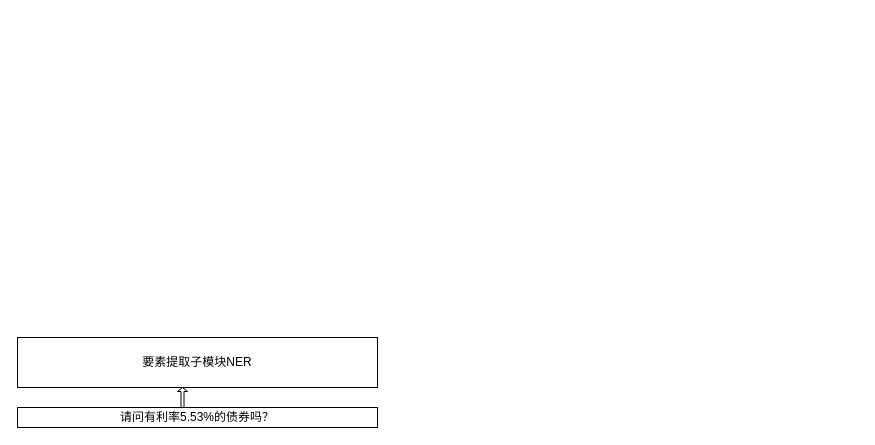
Zoisaang/test1 keeps this draw.io diagram as page "Page-2" (2 of 2) of 一种基于句法增强的转述式金融智能问答装置.drawio. Above is the earlier version. Source tidied: cells renumbered, new cells numbered last; positions are measured from the earlier drawing's top-left corner, leaving out a move shared by most shapes. Both pictures are drawn from the tidied source at 100%, with x=0, y=0 at pixel (17, 337).
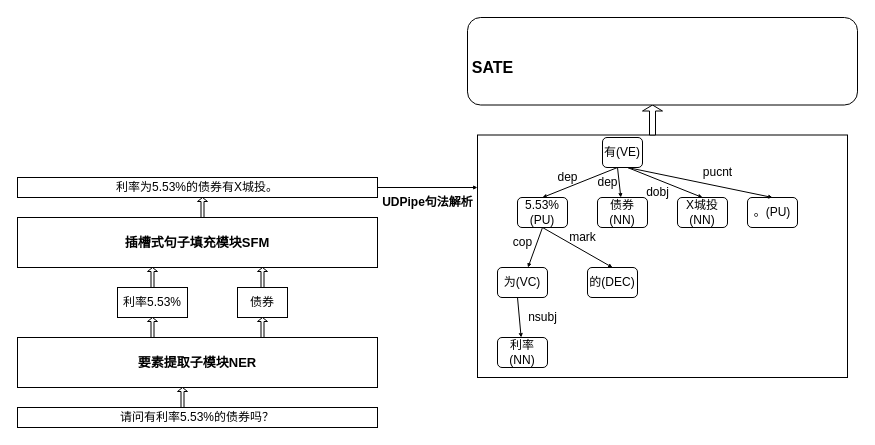
Above is the later version.

Commit message:
Update 一种基于句法增强的转述式金融智能问答装置.drawio

What changed in the source:
```diff
@@
-    <mxCell id="3" value="要素提取子模块NER" style="rounded=0;whiteSpace=wrap;html=1;strokeColor=#000000;strokeWidth=1;fillColor=#FFFFFF;" parent="1" vertex="1">
+    <mxCell id="3" value="&lt;b&gt;&lt;font style=&quot;font-size: 13px&quot;&gt;要素提取子模块NER&lt;/font&gt;&lt;/b&gt;" style="rounded=0;whiteSpace=wrap;html=1;strokeColor=#000000;strokeWidth=1;fillColor=#FFFFFF;" parent="1" vertex="1">
       <mxGeometry width="360" height="50" as="geometry" />
     </mxCell>
@@
+    <mxCell id="5" value="利率5.53%" style="rounded=0;whiteSpace=wrap;html=1;strokeColor=#000000;strokeWidth=1;fillColor=#FFFFFF;" parent="1" vertex="1">
+      <mxGeometry x="100" y="-50" width="70" height="30" as="geometry" />
+    </mxCell>
+    <mxCell id="6" value="债券" style="rounded=0;whiteSpace=wrap;html=1;strokeColor=#000000;strokeWidth=1;fillColor=#FFFFFF;" parent="1" vertex="1">
+      <mxGeometry x="220" y="-50" width="50" height="30" as="geometry" />
+    </mxCell>
+    <mxCell id="7" style="shape=singleArrow;direction=north;whiteSpace=wrap;html=1;strokeColor=#000000;strokeWidth=1;fillColor=#FFFFFF;" parent="1" vertex="1">
+      <mxGeometry x="130" y="-20" width="10" height="20" as="geometry" />
+    </mxCell>
+    <mxCell id="8" style="shape=singleArrow;direction=north;whiteSpace=wrap;html=1;strokeColor=#000000;strokeWidth=1;fillColor=#FFFFFF;" parent="1" vertex="1">
+      <mxGeometry x="240" y="-20" width="10" height="20" as="geometry" />
+    </mxCell>
+    <mxCell id="9" style="shape=singleArrow;direction=north;whiteSpace=wrap;html=1;strokeColor=#000000;strokeWidth=1;fillColor=#FFFFFF;" parent="1" vertex="1">
+      <mxGeometry x="130" y="-70" width="10" height="20" as="geometry" />
+    </mxCell>
+    <mxCell id="10" style="shape=singleArrow;direction=north;whiteSpace=wrap;html=1;strokeColor=#000000;strokeWidth=1;fillColor=#FFFFFF;" parent="1" vertex="1">
+      <mxGeometry x="240" y="-70" width="10" height="20" as="geometry" />
+    </mxCell>
+    <mxCell id="11" value="&lt;b&gt;&lt;font style=&quot;font-size: 13px&quot;&gt;插槽式句子填充模块SFM&lt;/font&gt;&lt;/b&gt;" style="rounded=0;whiteSpace=wrap;html=1;strokeColor=#000000;strokeWidth=1;fillColor=#FFFFFF;" parent="1" vertex="1">
+      <mxGeometry y="-120" width="360" height="50" as="geometry" />
+    </mxCell>
+    <mxCell id="12" style="shape=singleArrow;direction=north;whiteSpace=wrap;html=1;strokeColor=#000000;strokeWidth=1;fillColor=#FFFFFF;" parent="1" vertex="1">
+      <mxGeometry x="180" y="-140" width="10" height="20" as="geometry" />
+    </mxCell>
+    <mxCell id="13" value="利率为5.53%的债券有X城投。" style="rounded=0;whiteSpace=wrap;html=1;strokeColor=#000000;strokeWidth=1;fillColor=#FFFFFF;" parent="1" vertex="1">
+      <mxGeometry y="-160" width="360" height="20" as="geometry" />
+    </mxCell>
+    <mxCell id="14" value="&lt;b&gt;UDPipe句法解析&lt;/b&gt;" style="text;html=1;align=center;verticalAlign=middle;fillColor=none;strokeColor=none;rounded=0;" parent="1" vertex="1">
+      <mxGeometry x="355" y="-145" width="110" height="20" as="geometry" />
+    </mxCell>
+    <mxCell id="15" style="endArrow=classic;html=1;rounded=0;endSize=2;" parent="1" edge="1">
+      <mxGeometry relative="1" as="geometry">
+        <mxPoint x="360" y="-150" as="sourcePoint" />
+        <mxPoint x="460" y="-150" as="targetPoint" />
+      </mxGeometry>
+    </mxCell>
+    <mxCell id="16" style="rounded=0;whiteSpace=wrap;html=1;strokeColor=#000000;strokeWidth=1;fillColor=#FFFFFF;" parent="1" vertex="1">
+      <mxGeometry x="460" y="-202.5" width="370" height="242.5" as="geometry" />
+    </mxCell>
+    <mxCell id="17" value="有(VE)" style="rounded=1;whiteSpace=wrap;html=1;strokeColor=#000000;strokeWidth=1;fillColor=#FFFFFF;" parent="1" vertex="1">
+      <mxGeometry x="585" y="-200" width="40" height="30" as="geometry" />
+    </mxCell>
+    <mxCell id="18" value="5.53%(PU)" style="rounded=1;whiteSpace=wrap;html=1;strokeColor=#000000;strokeWidth=1;fillColor=#FFFFFF;" parent="1" vertex="1">
+      <mxGeometry x="500" y="-140" width="50" height="30" as="geometry" />
+    </mxCell>
+    <mxCell id="19" value="债券(NN)" style="rounded=1;whiteSpace=wrap;html=1;strokeColor=#000000;strokeWidth=1;fillColor=#FFFFFF;" parent="1" vertex="1">
+      <mxGeometry x="580" y="-140" width="50" height="30" as="geometry" />
+    </mxCell>
+    <mxCell id="20" value="X城投(NN)" style="rounded=1;whiteSpace=wrap;html=1;strokeColor=#000000;strokeWidth=1;fillColor=#FFFFFF;" parent="1" vertex="1">
+      <mxGeometry x="660" y="-140" width="50" height="30" as="geometry" />
+    </mxCell>
+    <mxCell id="21" value="。(PU)" style="rounded=1;whiteSpace=wrap;html=1;strokeColor=#000000;strokeWidth=1;fillColor=#FFFFFF;" parent="1" vertex="1">
+      <mxGeometry x="730" y="-140" width="50" height="30" as="geometry" />
+    </mxCell>
+    <mxCell id="22" value="为(VC)" style="rounded=1;whiteSpace=wrap;html=1;strokeColor=#000000;strokeWidth=1;fillColor=#FFFFFF;" parent="1" vertex="1">
+      <mxGeometry x="480" y="-70" width="50" height="30" as="geometry" />
+    </mxCell>
+    <mxCell id="23" value="的(DEC)" style="rounded=1;whiteSpace=wrap;html=1;strokeColor=#000000;strokeWidth=1;fillColor=#FFFFFF;" parent="1" vertex="1">
+      <mxGeometry x="570" y="-70" width="50" height="30" as="geometry" />
+    </mxCell>
+    <mxCell id="24" value="利率(NN)" style="rounded=1;whiteSpace=wrap;html=1;strokeColor=#000000;strokeWidth=1;fillColor=#FFFFFF;" parent="1" vertex="1">
+      <mxGeometry x="480" width="50" height="30" as="geometry" />
+    </mxCell>
+    <mxCell id="25" style="endArrow=classic;html=1;rounded=0;endSize=2;entryX=0.5;entryY=0;entryDx=0;entryDy=0;" parent="1" edge="1" target="18">
+      <mxGeometry relative="1" as="geometry">
+        <mxPoint x="600" y="-170" as="sourcePoint" />
+      </mxGeometry>
+    </mxCell>
+    <mxCell id="26" style="endArrow=classic;html=1;rounded=0;endSize=2;" parent="1" edge="1" target="19">
+      <mxGeometry relative="1" as="geometry">
+        <mxPoint x="600" y="-170" as="sourcePoint" />
+      </mxGeometry>
+    </mxCell>
+    <mxCell id="27" style="endArrow=classic;html=1;rounded=0;endSize=2;entryX=0.5;entryY=0;entryDx=0;entryDy=0;" parent="1" edge="1" target="20">
+      <mxGeometry relative="1" as="geometry">
+        <mxPoint x="610" y="-170" as="sourcePoint" />
+      </mxGeometry>
+    </mxCell>
+    <mxCell id="28" style="endArrow=classic;html=1;rounded=0;endSize=2;entryX=0.5;entryY=0;entryDx=0;entryDy=0;" parent="1" edge="1" target="21">
+      <mxGeometry relative="1" as="geometry">
+        <mxPoint x="610" y="-170" as="sourcePoint" />
+      </mxGeometry>
+    </mxCell>
+    <mxCell id="29" value="dep" style="text;html=1;align=center;verticalAlign=middle;fillColor=none;strokeColor=none;rounded=0;" parent="1" vertex="1">
+      <mxGeometry x="530" y="-170" width="40" height="20" as="geometry" />
+    </mxCell>
+    <mxCell id="30" value="dep" style="text;html=1;align=center;verticalAlign=middle;fillColor=none;strokeColor=none;rounded=0;" parent="1" vertex="1">
+      <mxGeometry x="570" y="-165" width="40" height="20" as="geometry" />
+    </mxCell>
+    <mxCell id="31" value="dobj" style="text;html=1;align=center;verticalAlign=middle;fillColor=none;strokeColor=none;rounded=0;" parent="1" vertex="1">
+      <mxGeometry x="620" y="-155" width="40" height="20" as="geometry" />
+    </mxCell>
+    <mxCell id="32" value="pucnt" style="text;html=1;align=center;verticalAlign=middle;fillColor=none;strokeColor=none;rounded=0;" parent="1" vertex="1">
+      <mxGeometry x="680" y="-175" width="40" height="20" as="geometry" />
+    </mxCell>
+    <mxCell id="33" style="endArrow=classic;html=1;rounded=0;endSize=2;" parent="1" edge="1" target="22">
+      <mxGeometry relative="1" as="geometry">
+        <mxPoint x="525" y="-110" as="sourcePoint" />
+      </mxGeometry>
+    </mxCell>
+    <mxCell id="34" style="endArrow=classic;html=1;rounded=0;endSize=2;entryX=0.5;entryY=0;entryDx=0;entryDy=0;" parent="1" edge="1" target="23">
+      <mxGeometry relative="1" as="geometry">
+        <mxPoint x="525" y="-110" as="sourcePoint" />
+      </mxGeometry>
+    </mxCell>
+    <mxCell id="35" style="endArrow=classic;html=1;rounded=0;endSize=2;" parent="1" edge="1" target="24">
+      <mxGeometry relative="1" as="geometry">
+        <mxPoint x="500" y="-40" as="sourcePoint" />
+      </mxGeometry>
+    </mxCell>
+    <mxCell id="36" value="cop" style="text;html=1;align=center;verticalAlign=middle;fillColor=none;strokeColor=none;rounded=0;" parent="1" vertex="1">
+      <mxGeometry x="490" y="-105" width="30" height="20" as="geometry" />
+    </mxCell>
+    <mxCell id="37" value="mark" style="text;html=1;align=center;verticalAlign=middle;fillColor=none;strokeColor=none;rounded=0;" parent="1" vertex="1">
+      <mxGeometry x="545" y="-110" width="40" height="20" as="geometry" />
+    </mxCell>
+    <mxCell id="38" value="nsubj" style="text;html=1;align=center;verticalAlign=middle;fillColor=none;strokeColor=none;rounded=0;" parent="1" vertex="1">
+      <mxGeometry x="505" y="-30" width="40" height="20" as="geometry" />
+    </mxCell>
+    <mxCell id="39" style="shape=singleArrow;direction=north;whiteSpace=wrap;html=1;strokeColor=#000000;strokeWidth=1;fillColor=#FFFFFF;" parent="1" vertex="1">
+      <mxGeometry x="625" y="-232.5" width="20" height="30" as="geometry" />
+    </mxCell>
+    <mxCell id="40" style="rounded=1;whiteSpace=wrap;html=1;strokeColor=#000000;strokeWidth=1;fillColor=#FFFFFF;" parent="1" vertex="1">
+      <mxGeometry x="450" y="-320" width="390" height="87.5" as="geometry" />
+    </mxCell>
+    <mxCell id="41" value="&lt;font style=&quot;font-size: 16px&quot;&gt;&lt;b&gt;SATE&lt;/b&gt;&lt;/font&gt;" style="text;html=1;align=center;verticalAlign=middle;fillColor=none;strokeColor=none;rounded=0;" parent="1" vertex="1">
+      <mxGeometry x="445" y="-280" width="60" height="20" as="geometry" />
+    </mxCell>
```
